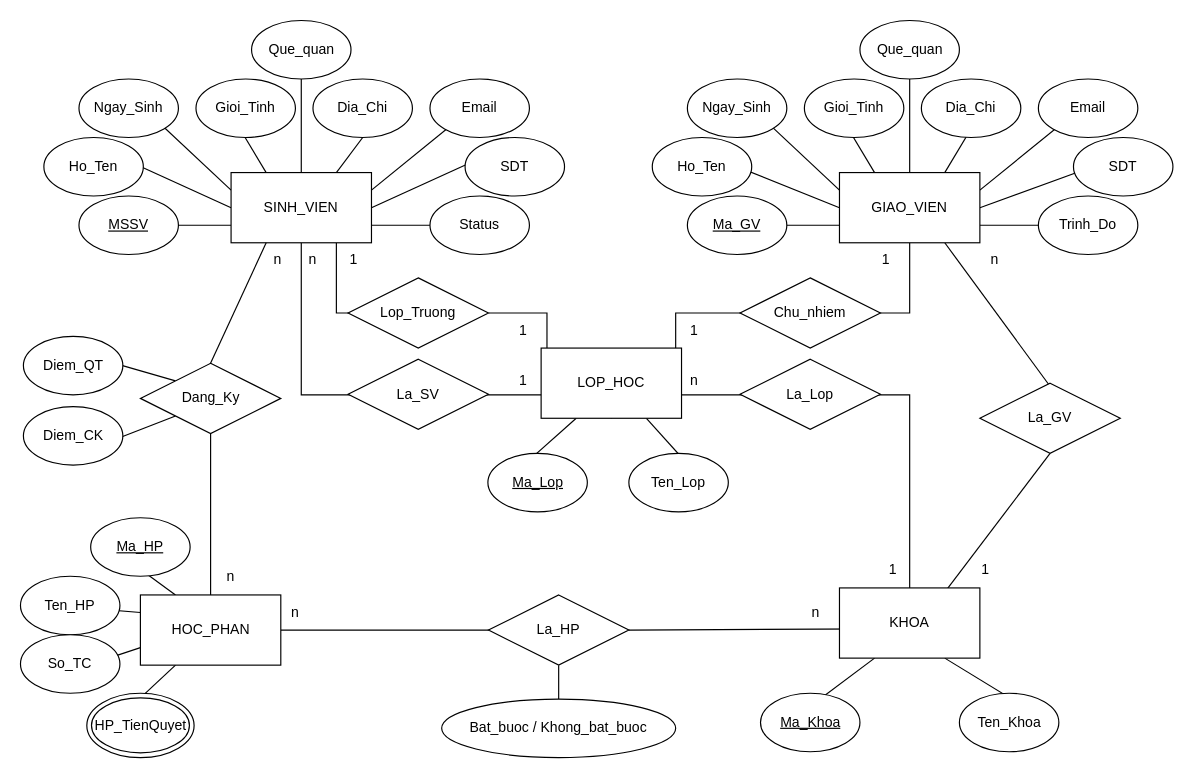
This is Untitled Diagram.drawio from JosephD0310/Database, a draw.io file, before an edit. Source tidied: cells renumbered, new cells numbered last; positions are measured from the earlier drawing's top-left corner, leaving out a move shared by most shapes. Both pictures are drawn from the tidied source at 117%, with x=0, y=0 at pixel (20, 20).
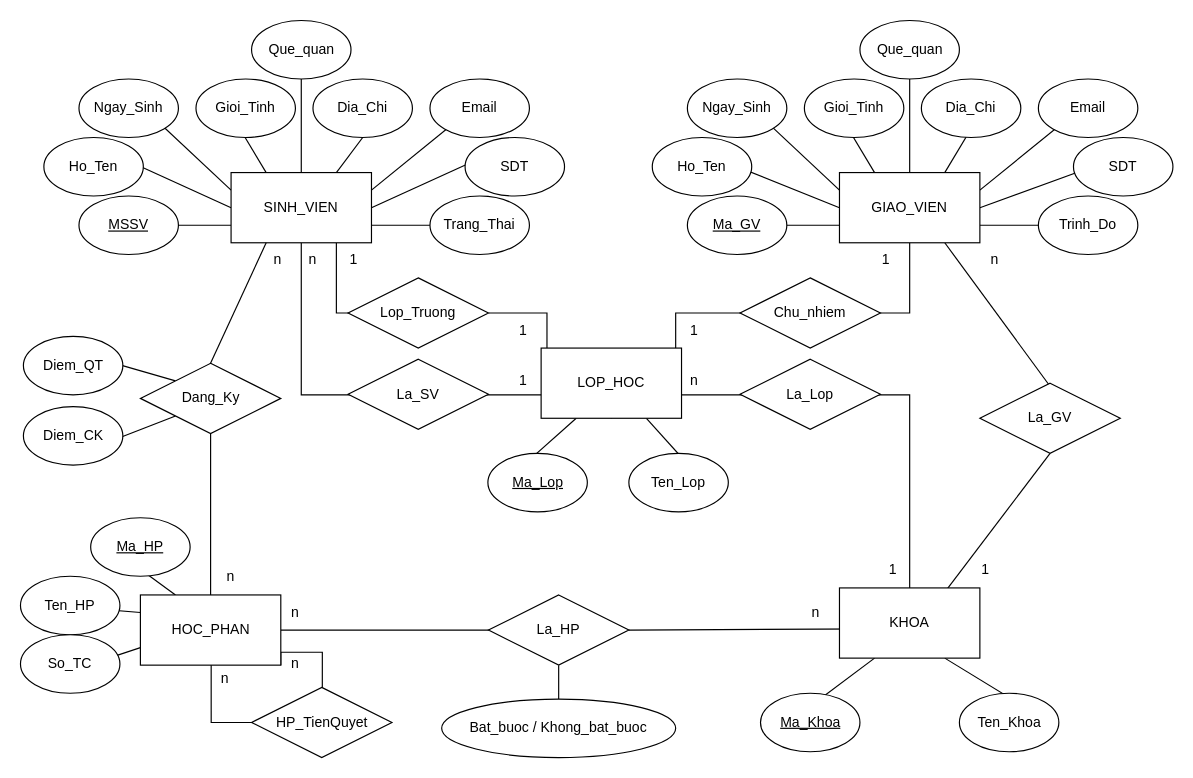
After the change.

Unchanged cells that the change refers to:
```xml
<mxCell id="75" value="HOC_PHAN" style="rounded=0;whiteSpace=wrap;html=1;" parent="1" vertex="1">
  <mxGeometry x="102.5" y="491" width="120" height="60" as="geometry" />
</mxCell>
```

Diff of the diagram source:
```diff
@@
+    <mxCell id="97" style="edgeStyle=orthogonalEdgeStyle;rounded=0;jettySize=auto;html=1;exitX=0;exitY=0.5;exitDx=0;exitDy=0;entryX=0.504;entryY=0.15;entryDx=0;entryDy=0;entryPerimeter=0;" parent="1" edge="1" source="96" target="75">
+      <mxGeometry relative="1" as="geometry">
+        <Array as="points">
+          <mxPoint x="163" y="590" />
+          <mxPoint x="163" y="590" />
+        </Array>
+      </mxGeometry>
+    </mxCell>
@@
-    <mxCell id="34" value="Status" style="ellipse;whiteSpace=wrap;html=1;" parent="1" vertex="1">
+    <mxCell id="34" value="Trang_Thai" style="ellipse;whiteSpace=wrap;html=1;" parent="1" vertex="1">
       <mxGeometry x="350" y="150" width="85" height="50" as="geometry" />
     </mxCell>
@@
-    <mxCell id="73" style="edgeStyle=none;rounded=0;jettySize=auto;html=1;exitX=0.25;exitY=1;exitDx=0;exitDy=0;entryX=0.235;entryY=0.5;entryDx=0;entryDy=0;entryPerimeter=0;" parent="1" edge="1" source="75">
-      <mxGeometry relative="1" as="geometry">
-        <mxPoint x="80" y="600" as="targetPoint" />
-      </mxGeometry>
-    </mxCell>
@@
+    <mxCell id="98" style="edgeStyle=orthogonalEdgeStyle;rounded=0;jettySize=auto;html=1;exitX=1;exitY=1;exitDx=0;exitDy=0;entryX=0.504;entryY=0.333;entryDx=0;entryDy=0;entryPerimeter=0;" parent="1" edge="1" source="75" target="96">
+      <mxGeometry relative="1" as="geometry">
+        <Array as="points">
+          <mxPoint x="223" y="540" />
+          <mxPoint x="258" y="540" />
+        </Array>
+      </mxGeometry>
+    </mxCell>
@@
-    <mxCell id="96" value="HP_TienQuyet" style="ellipse;shape=doubleEllipse;whiteSpace=wrap;html=1;" parent="1" vertex="1">
-      <mxGeometry x="56.7" y="575" width="91.7" height="55" as="geometry" />
+    <mxCell id="96" value="HP_TienQuyet" style="rhombus;whiteSpace=wrap;html=1;" parent="1" vertex="1">
+      <mxGeometry x="197.5" y="570" width="120" height="60" as="geometry" />
     </mxCell>
+    <mxCell id="99" value="n" style="text;html=1;strokeColor=none;fillColor=none;align=center;verticalAlign=middle;whiteSpace=wrap;rounded=0;" parent="1" vertex="1">
+      <mxGeometry x="205" y="535" width="60" height="30" as="geometry" />
+    </mxCell>
+    <mxCell id="100" value="n" style="text;html=1;strokeColor=none;fillColor=none;align=center;verticalAlign=middle;whiteSpace=wrap;rounded=0;" parent="1" vertex="1">
+      <mxGeometry x="145" y="548" width="60" height="30" as="geometry" />
+    </mxCell>
```
